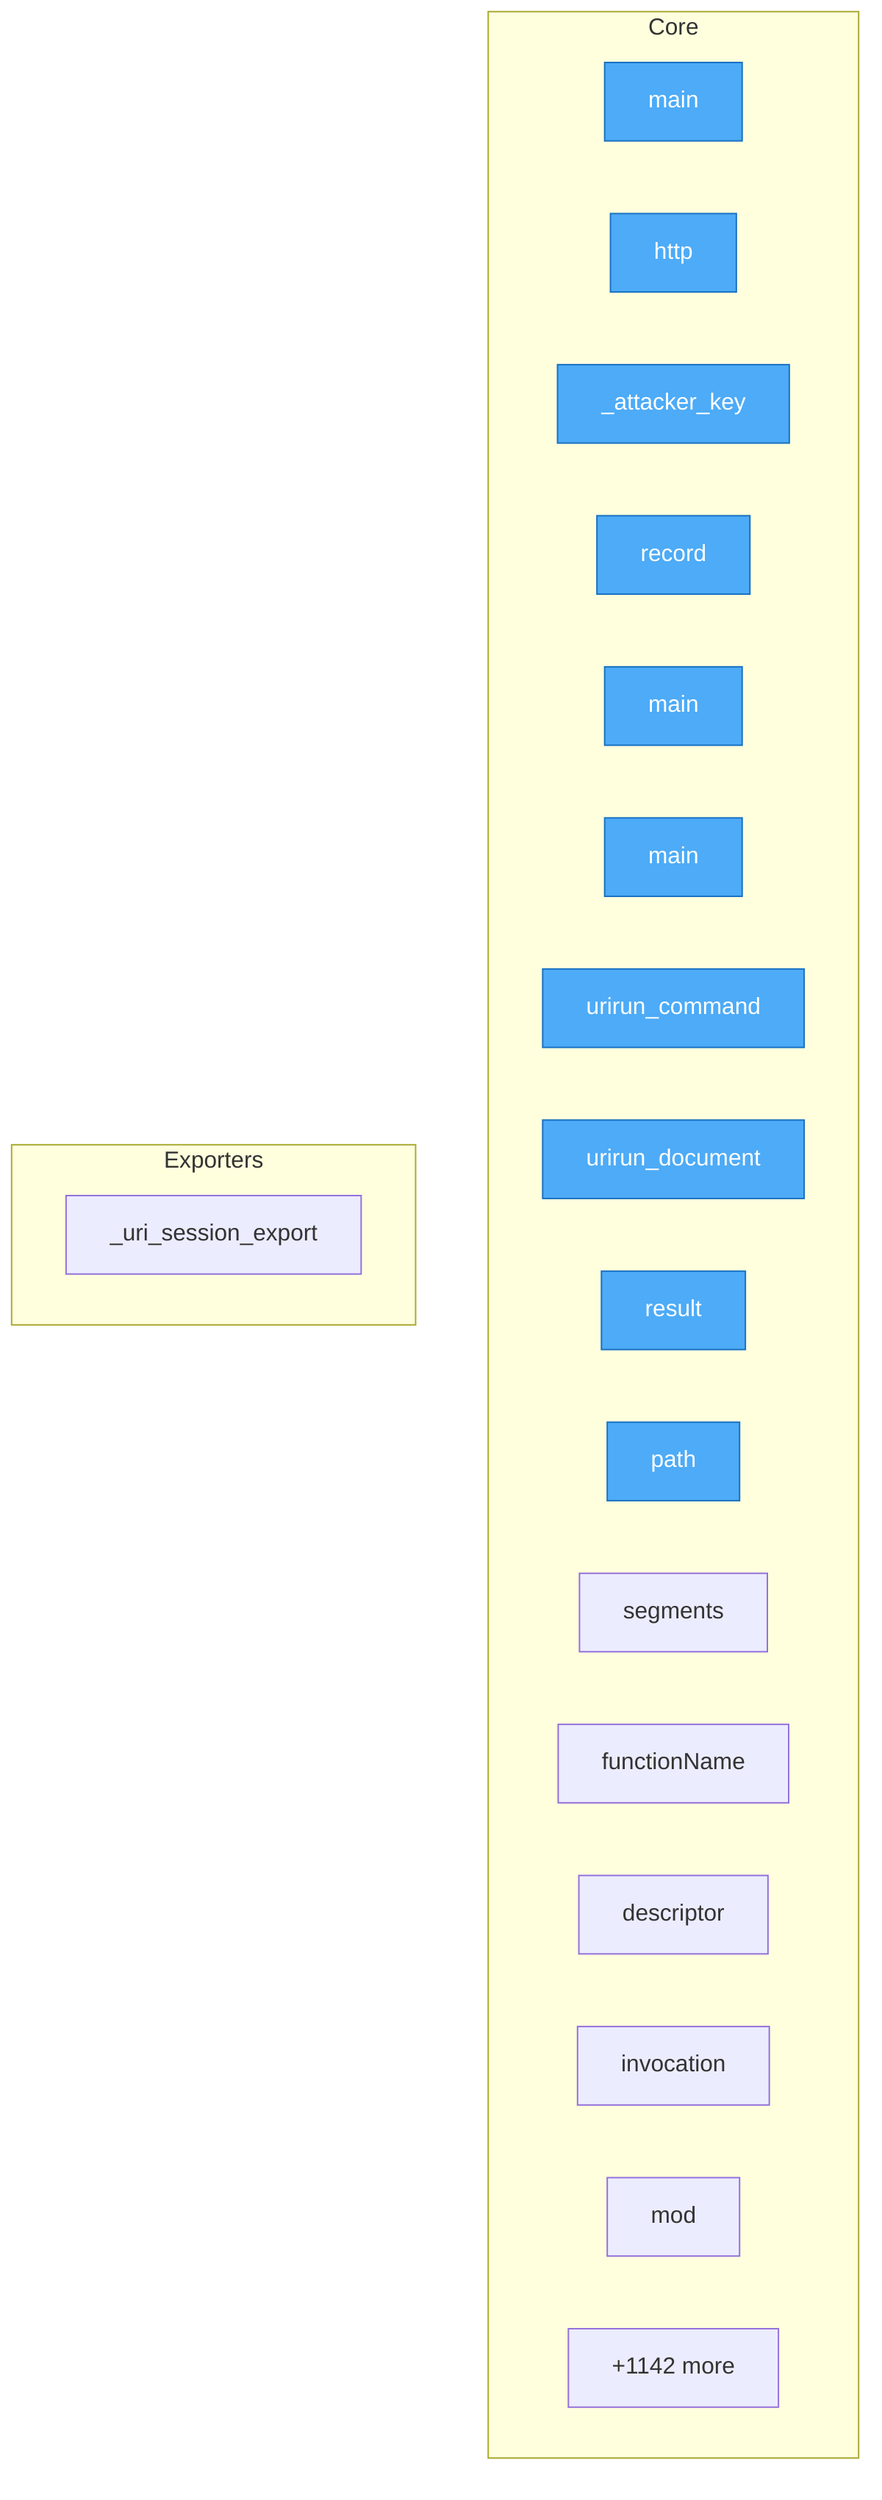
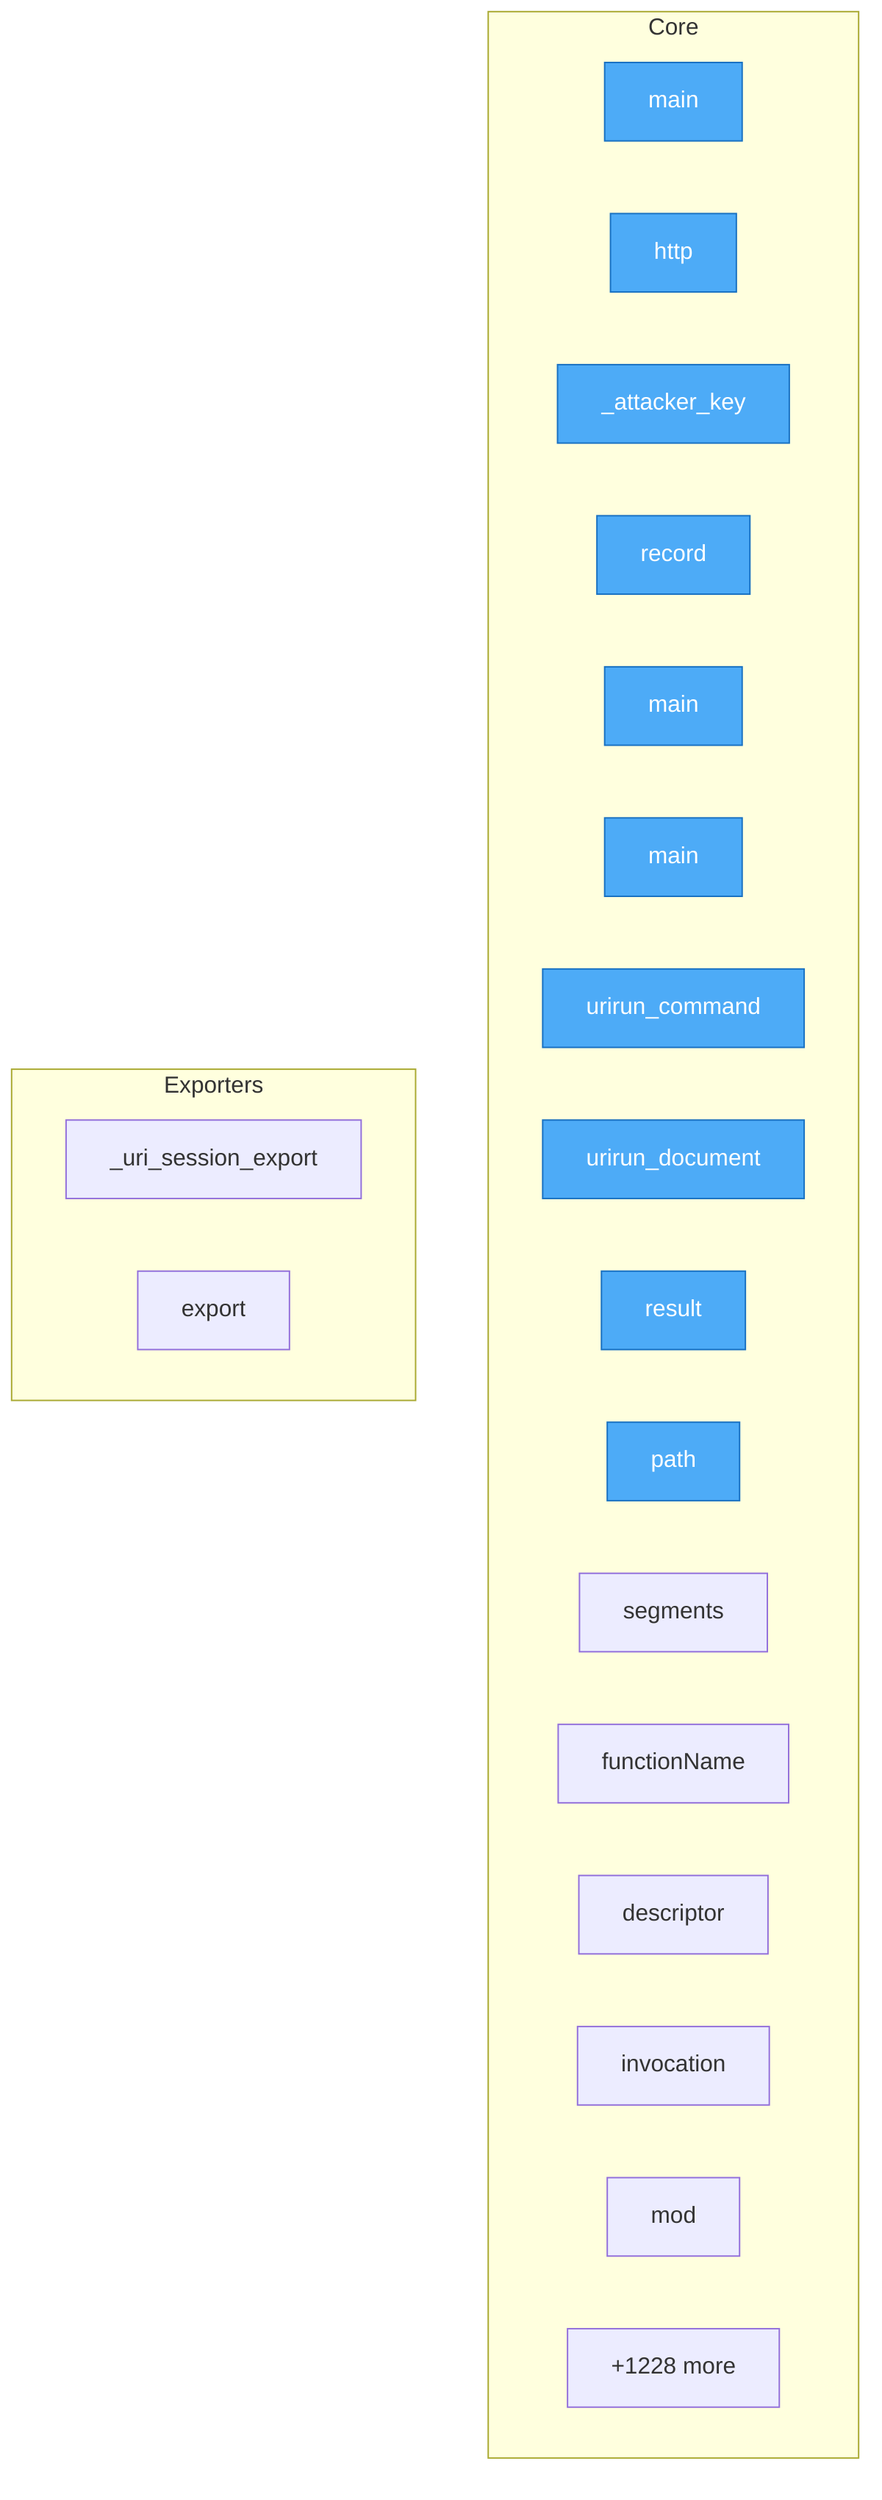
flowchart TD
- %% generated in 0.06s
+ %% generated in 0.07s

    %% Entry points (blue)
    classDef entry fill:#4dabf7,stroke:#1971c2,color:#fff

    subgraph Core
        docs__gen_error_codes__main["main"]
        security__mesh_probe__probe__http["http"]
        security__mesh_probe__probe___attacker_key["_attacker_key"]
        security__mesh_probe__probe__record["record"]
        adapters__conformance__main["main"]
        adapters__new_connector__main["main"]
        adapters__bash__urirun__urirun_command["urirun_command"]
        adapters__bash__urirun__urirun_document["urirun_document"]
        adapters__js__index__test__result["result"]
        adapters__js__path["path"]
        adapters__js__segments["segments"]
        adapters__js__functionName["functionName"]
        adapters__js__descriptor["descriptor"]
        adapters__js__invocation["invocation"]
        adapters__js__mod["mod"]
-         ...["+1142 more"]
+         ...["+1228 more"]
    end

    subgraph Exporters
        adapters__python__urirun__node__skill___uri_session_export["_uri_session_export"]
+         adapters__python__urirun__host__cron_admin__export["export"]
    end

    class docs__gen_error_codes__main,security__mesh_probe__probe__http,security__mesh_probe__probe___attacker_key,security__mesh_probe__probe__record,adapters__conformance__main,adapters__new_connector__main,adapters__bash__urirun__urirun_command,adapters__bash__urirun__urirun_document,adapters__js__index__test__result,adapters__js__path entry
